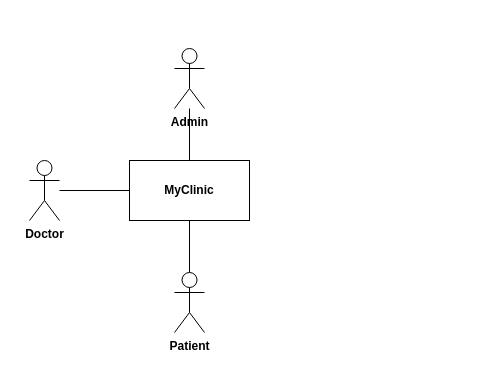
Earlier version of the draw.io diagram Diagrams/Context/Context.drawio (RafaelCMira/myclinic-msp-project). Source tidied: cells renumbered, new cells numbered last; positions are measured from the earlier drawing's top-left corner, leaving out a move shared by most shapes. Both pictures are drawn from the tidied source at 100%, with x=0, y=0 at pixel (29, 48).
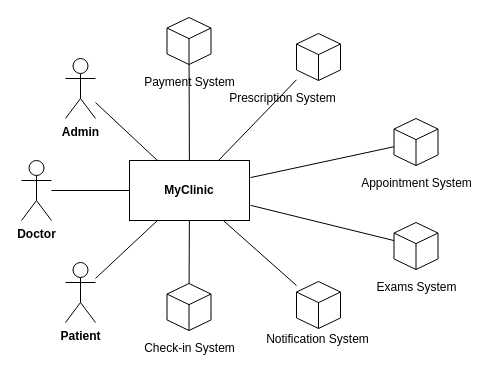
The same page after the edit.

The change refers to these unchanged cells:
```xml
<mxCell id="2" value="&lt;b&gt;MyClinic&lt;/b&gt;" style="rounded=0;whiteSpace=wrap;html=1;" parent="1" vertex="1">
  <mxGeometry x="100" y="112" width="120" height="60" as="geometry" />
</mxCell>
```

Change to the diagram source:
```diff
@@
     <mxCell id="4" value="&lt;b&gt;Doctor&lt;/b&gt;" style="shape=umlActor;verticalLabelPosition=bottom;verticalAlign=top;html=1;outlineConnect=0;" parent="1" vertex="1">
-      <mxGeometry y="112" width="30" height="60" as="geometry" />
+      <mxGeometry x="-8" y="112" width="30" height="60" as="geometry" />
     </mxCell>
@@
     <mxCell id="6" value="&lt;b&gt;Patient&lt;/b&gt;" style="shape=umlActor;verticalLabelPosition=bottom;verticalAlign=top;html=1;outlineConnect=0;" parent="1" vertex="1">
-      <mxGeometry x="145" y="224" width="30" height="60" as="geometry" />
+      <mxGeometry x="36" y="214" width="30" height="60" as="geometry" />
     </mxCell>
     <mxCell id="7" value="&lt;b&gt;Admin&lt;/b&gt;" style="shape=umlActor;verticalLabelPosition=bottom;verticalAlign=top;html=1;outlineConnect=0;" parent="1" vertex="1">
-      <mxGeometry x="145" width="30" height="60" as="geometry" />
+      <mxGeometry x="36" y="10" width="30" height="60" as="geometry" />
     </mxCell>
@@
+    <mxCell id="9" style="group;" parent="1" vertex="1">
+      <mxGeometry x="323" y="70" width="128" height="78" as="geometry" />
+    </mxCell>
+    <mxCell id="10" style="html=1;whiteSpace=wrap;shape=isoCube2;backgroundOutline=1;isoAngle=15;" parent="9" vertex="1">
+      <mxGeometry x="41.5" width="44" height="47" as="geometry" />
+    </mxCell>
+    <mxCell id="11" value="Appointment System" style="text;html=1;align=center;verticalAlign=middle;strokeColor=none;fillColor=none;" parent="9" vertex="1">
+      <mxGeometry x="-1" y="52" width="129" height="26" as="geometry" />
+    </mxCell>
+    <mxCell id="12" style="group;" parent="1" vertex="1">
+      <mxGeometry x="323" y="174" width="128" height="78" as="geometry" />
+    </mxCell>
+    <mxCell id="13" style="html=1;whiteSpace=wrap;shape=isoCube2;backgroundOutline=1;isoAngle=15;" parent="12" vertex="1">
+      <mxGeometry x="41.5" width="44" height="47" as="geometry" />
+    </mxCell>
+    <mxCell id="14" value="Exams System" style="text;html=1;align=center;verticalAlign=middle;strokeColor=none;fillColor=none;" parent="12" vertex="1">
+      <mxGeometry x="15" y="52" width="98" height="26" as="geometry" />
+    </mxCell>
+    <mxCell id="15" style="group;" parent="1" vertex="1">
+      <mxGeometry x="189" y="-15" width="128" height="295" as="geometry" />
+    </mxCell>
+    <mxCell id="16" value="Prescription System" style="text;html=1;align=center;verticalAlign=middle;strokeColor=none;fillColor=none;" parent="15" vertex="1">
+      <mxGeometry x="1" y="52" width="125" height="26" as="geometry" />
+    </mxCell>
+    <mxCell id="17" style="html=1;whiteSpace=wrap;shape=isoCube2;backgroundOutline=1;isoAngle=15;" parent="15" vertex="1">
+      <mxGeometry x="78" width="44" height="47" as="geometry" />
+    </mxCell>
+    <mxCell id="18" style="html=1;whiteSpace=wrap;shape=isoCube2;backgroundOutline=1;isoAngle=15;" parent="15" vertex="1">
+      <mxGeometry x="78" y="248" width="44" height="47" as="geometry" />
+    </mxCell>
+    <mxCell id="19" style="group;" parent="1" vertex="1">
+      <mxGeometry x="224" y="226" width="128" height="78" as="geometry" />
+    </mxCell>
+    <mxCell id="20" value="Notification System" style="text;html=1;align=center;verticalAlign=middle;strokeColor=none;fillColor=none;" parent="19" vertex="1">
+      <mxGeometry x="3" y="52" width="121" height="26" as="geometry" />
+    </mxCell>
+    <mxCell id="21" style="rounded=0;jettySize=auto;html=1;endArrow=none;endFill=0;" parent="1" edge="1" source="2" target="17">
+      <mxGeometry relative="1" as="geometry" />
+    </mxCell>
+    <mxCell id="22" style="rounded=0;jettySize=auto;html=1;endArrow=none;endFill=0;" parent="1" edge="1" target="10">
+      <mxGeometry relative="1" as="geometry">
+        <mxPoint x="221" y="129.1" as="sourcePoint" />
+      </mxGeometry>
+    </mxCell>
+    <mxCell id="23" style="rounded=0;jettySize=auto;html=1;endArrow=none;endFill=0;" parent="1" edge="1" target="13">
+      <mxGeometry relative="1" as="geometry">
+        <mxPoint x="221" y="156.8" as="sourcePoint" />
+      </mxGeometry>
+    </mxCell>
+    <mxCell id="24" style="rounded=0;jettySize=auto;html=1;endArrow=none;endFill=0;" parent="1" edge="1" source="2" target="18">
+      <mxGeometry relative="1" as="geometry" />
+    </mxCell>
+    <mxCell id="25" style="group;" parent="1" vertex="1">
+      <mxGeometry x="96" y="235" width="128" height="78" as="geometry" />
+    </mxCell>
+    <mxCell id="26" style="html=1;whiteSpace=wrap;shape=isoCube2;backgroundOutline=1;isoAngle=15;" parent="25" vertex="1">
+      <mxGeometry x="41.5" width="44" height="47" as="geometry" />
+    </mxCell>
+    <mxCell id="27" value="Check-in System" style="text;html=1;align=center;verticalAlign=middle;strokeColor=none;fillColor=none;" parent="25" vertex="1">
+      <mxGeometry x="9" y="52" width="109" height="26" as="geometry" />
+    </mxCell>
+    <mxCell id="28" style="rounded=0;jettySize=auto;html=1;endArrow=none;endFill=0;" parent="1" edge="1" source="2" target="26">
+      <mxGeometry relative="1" as="geometry" />
+    </mxCell>
+    <mxCell id="29" style="group;" parent="1" vertex="1">
+      <mxGeometry x="96" y="-31" width="128" height="78" as="geometry" />
+    </mxCell>
+    <mxCell id="30" style="html=1;whiteSpace=wrap;shape=isoCube2;backgroundOutline=1;isoAngle=15;" parent="29" vertex="1">
+      <mxGeometry x="41.5" width="44" height="47" as="geometry" />
+    </mxCell>
+    <mxCell id="31" value="Payment System" style="text;html=1;align=center;verticalAlign=middle;strokeColor=none;fillColor=none;" parent="29" vertex="1">
+      <mxGeometry x="9" y="52" width="109" height="26" as="geometry" />
+    </mxCell>
+    <mxCell id="32" style="rounded=0;jettySize=auto;html=1;endArrow=none;endFill=0;" parent="1" edge="1" source="2" target="30">
+      <mxGeometry relative="1" as="geometry" />
+    </mxCell>
```
